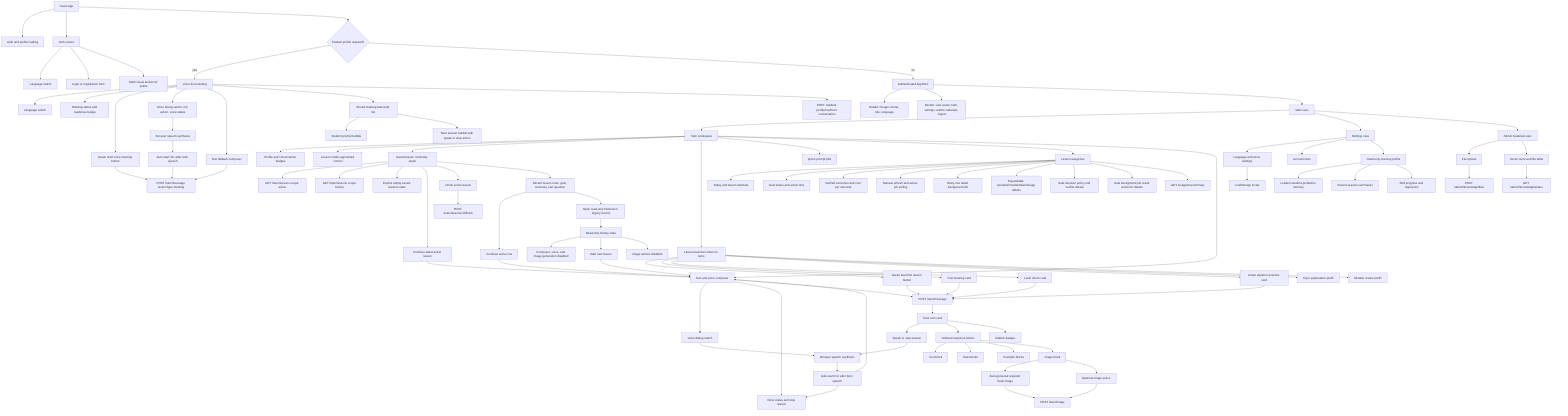
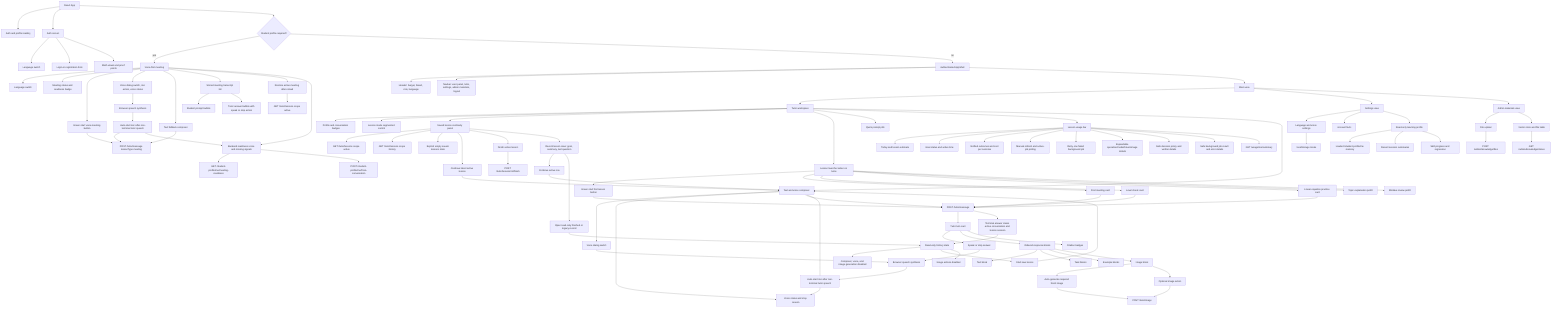
flowchart TB
  App[React App] --> Loading[Auth and profile loading]
  App --> Auth[Auth screen]
  Auth --> AuthLang[Language switch]
  Auth --> AuthForm[Login or registration form]
  Auth --> AuthVisual[Math visual and proof points]

  App --> FirstMeeting{Student profile required?}
  FirstMeeting -->|yes| Meeting[Voice-first meeting]
  Meeting --> MeetingLang[Language switch]
  Meeting --> MeetingStatus[Meeting status and readiness badge]
  Meeting --> VoiceStart[Green start voice meeting button]
  Meeting --> MeetingVoice[Voice dialog switch, mic action, voice status]
  MeetingVoice --> MeetingSpeech[Browser speech synthesis]
-   MeetingSpeech --> MeetingAutoMic[Auto-start mic after tutor speech]
+   MeetingSpeech --> MeetingAutoMic[Auto-start mic after non-terminal tutor speech]
  Meeting --> TextFallback[Text fallback composer]
  Meeting --> MeetingTranscript[Stored meeting transcript list]
  MeetingTranscript --> StudentBubble[Student prompt bubble]
  MeetingTranscript --> TutorBubble[Tutor answer bubble with speak or stop action]
+   Meeting --> MeetingHydration[Restore active meeting after reload]
+   MeetingHydration --> ActiveMeetingApi[GET /tutor/lessons scope active]
+   Meeting --> MeetingReadiness[Backend readiness score and missing signals]
+   MeetingReadiness --> MeetingReadinessApi[GET /student-profile/me/meeting-readiness]
  VoiceStart --> MeetingTutorApi[POST /tutor/message lessonType meeting]
  TextFallback --> MeetingTutorApi
  MeetingAutoMic --> MeetingTutorApi
-   Meeting --> ProfileApi[POST /student-profile/me/from-conversation]
+   MeetingAutoMic --> MeetingReadiness
+   MeetingReadiness --> ProfileApi[POST /student-profile/me/from-conversation]

  FirstMeeting -->|no| Shell[Authenticated AppShell]
  Shell --> Header[Header: burger, brand, role, language]
  Shell --> Navbar[Navbar: user panel, tutor, settings, admin materials, logout]
  Shell --> Main[Main view]

  Main --> Tutor[Tutor workspace]
  Tutor --> TutorStatus[Profile and conversation badges]
  Tutor --> LessonMode[Lesson mode segmented control]
  Tutor --> LessonHistory[Saved lesson continuity panel]
  LessonHistory --> ActiveHistoryApi[GET /tutor/lessons scope active]
  LessonHistory --> ArchivedHistoryApi[GET /tutor/lessons scope history]
  LessonHistory --> EmptyHistory[Explicit empty saved-lessons state]
  LessonHistory --> ResumeLatest[Continue latest active lesson]
  LessonHistory --> FinishLesson[Finish active lesson]
  FinishLesson --> FinishApi[POST /tutor/lessons/:id/finish]
  LessonHistory --> HistoryRows[Recent lesson rows: goal, summary, last question]
  HistoryRows --> ContinueActive[Continue active row]
  HistoryRows --> OpenRecord[Open read-only finished or legacy record]
  ResumeLatest --> Composer
  ContinueActive --> Composer
  OpenRecord --> ReadOnlyState[Read-only history state]
  ReadOnlyState --> DisabledComposer[Composer, voice, and image generation disabled]
  ReadOnlyState --> NewLessonFromHistory[Start new lesson]
  NewLessonFromHistory --> Composer
  Tutor --> LessonLauncher[Lesson launcher when no turns]
  LessonLauncher --> StartFirst[Green start first lesson button]
  LessonLauncher --> MeetingCard[First meeting card]
  LessonLauncher --> DiagnosticCard[Level check card]
  LessonLauncher --> PracticeCard[Linear equation practice card]
  LessonLauncher --> TopicCard[Topic explanation prefill]
  LessonLauncher --> MistakeCard[Mistake review prefill]
  StartFirst --> TutorApi[POST /tutor/message]
  MeetingCard --> TutorApi
  DiagnosticCard --> TutorApi
  PracticeCard --> TutorApi
  Tutor --> QuickPrompts[Quick prompt pills]
  Tutor --> UsageBar[Lesson usage bar]
  UsageBar --> UsageSummary[Today and lesson estimate]
  UsageBar --> GoalStatus[Goal status and active time]
  UsageBar --> VerifiedOutcome[Verified outcomes and cost per outcome]
  UsageBar --> UsageRefresh[Manual refresh and active-job polling]
  UsageBar --> BackgroundRetry[Retry one failed background job]
  UsageBar --> UsageDetails[Expandable operation/model/token/image details]
  UsageBar --> DecisionDetails[Safe decision policy and verifier details]
  UsageBar --> BackgroundJobDetails[Safe background job result and error details]
  UsageBar --> UsageApi[GET /usage/me/summary]
  Tutor --> Composer[Text and voice composer]
  Composer --> VoiceOutput[Voice dialog switch]
  Composer --> VoiceStatus[Voice status and stop reason]
  VoiceOutput --> SpeechSynthesis[Browser speech synthesis]
-   SpeechSynthesis --> AutoMic[Auto-start mic after tutor speech]
+   SpeechSynthesis --> AutoMic[Auto-start mic after non-terminal tutor speech]
  AutoMic --> VoiceStatus
  AutoMic --> Composer
  Composer --> TutorApi[POST /tutor/message]
  TutorApi --> TurnCard[Tutor turn card]
+   TutorApi --> TerminalBoundary[Terminal answer clears active conversation and lesson session]
+   TerminalBoundary --> ReadOnlyState
  TurnCard --> SpeakAction[Speak or stop answer]
  SpeakAction --> SpeechSynthesis
  TurnCard --> Blocks[Ordered response blocks]
  Blocks --> Explanation[Text block]
  Blocks --> Tasks[Task blocks]
  Blocks --> Examples[Example blocks]
  Blocks --> ImageBlock[Image block]
  TurnCard --> Citations[Citation badges]
  ImageBlock --> AutoImage[Auto-generate required fresh image]
  ImageBlock --> ImageAction[Optional image action]
  ReadOnlyState --> ImageDisabled[Image actions disabled]
  AutoImage --> ImageApi
  ImageAction --> ImageApi[POST /tutor/image]

  Main --> Settings[Settings view]
  Settings --> Interface[Language and voice settings]
  Settings --> Account[Account facts]
  Settings --> Profile[Read-only learning profile]
  Interface --> LocaleStore[localStorage locale]
  Profile --> ProfileMemory[Loaded /student-profile/me memory]
  Profile --> SessionMemory[Recent session summaries]
  Profile --> SkillMemory[Skill progress and regression]

  Main --> Knowledge[Admin materials view]
  Knowledge --> Upload[File upload]
  Knowledge --> Status[Vector store and file table]
  Upload --> KnowledgeApi[POST /admin/knowledge/files]
  Status --> StatusApi[GET /admin/knowledge/status]
